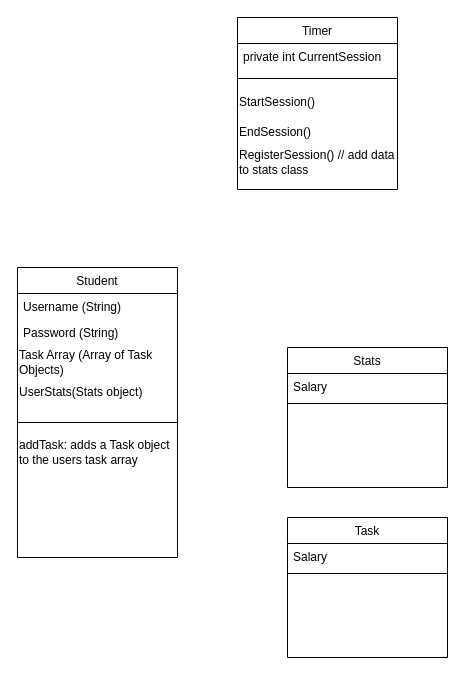
Before: Untitled Diagram.drawio in DROFEL/Please_Compile_ProSchoolar, a draw.io diagram. Source tidied: cells renumbered, new cells numbered last; positions are measured from the earlier drawing's top-left corner, leaving out a move shared by most shapes. Both pictures are drawn from the tidied source at 100%, with x=0, y=0 at pixel (17, 17).
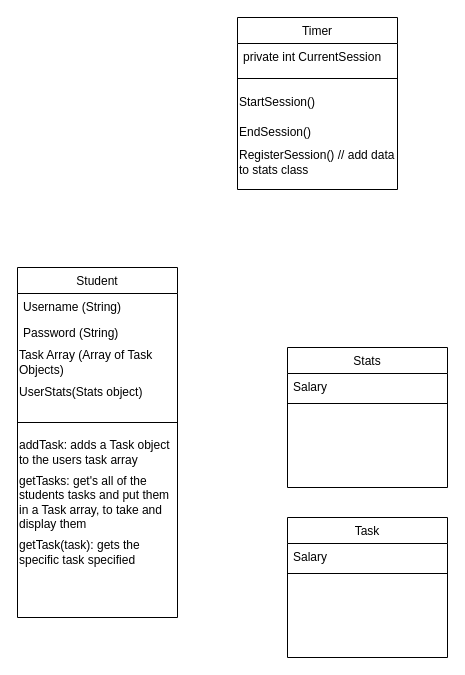
The same diagram, later.

Change to the diagram source:
```diff
@@
     <mxCell id="2" value="Student" style="swimlane;fontStyle=0;align=center;verticalAlign=top;horizontal=1;startSize=26;rounded=0;shadow=0;strokeWidth=1;" parent="1" vertex="1">
-      <mxGeometry y="250" width="160" height="290" as="geometry" />
+      <mxGeometry y="250" width="160" height="350" as="geometry" />
     </mxCell>
@@
+    <mxCell id="21" value="getTasks: get's all of the students tasks and put them in a Task array, to take and display them" style="text;html=1;strokeColor=none;fillColor=none;align=left;verticalAlign=middle;whiteSpace=wrap;rounded=0;" parent="2" vertex="1">
+      <mxGeometry y="200" width="160" height="70" as="geometry" />
+    </mxCell>
+    <mxCell id="22" value="getTask(task): gets the specific task specified" style="text;html=1;strokeColor=none;fillColor=none;align=left;verticalAlign=middle;whiteSpace=wrap;rounded=0;" parent="2" vertex="1">
+      <mxGeometry y="270" width="160" height="30" as="geometry" />
+    </mxCell>
```
